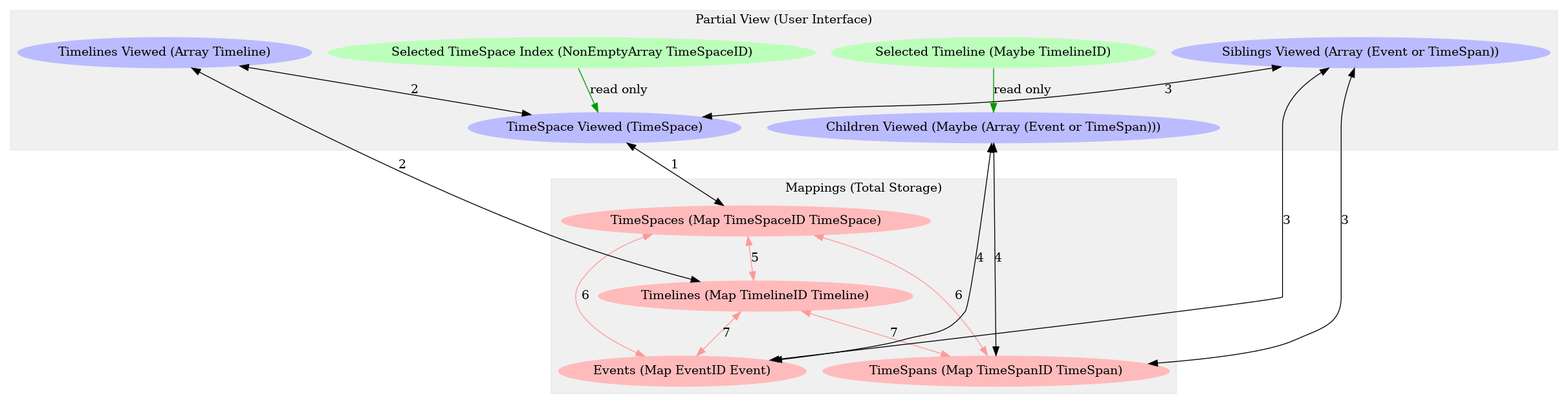
athanclark/purescript-timeline keeps this Graphviz diagram as graphs/signals.png. Above is the earlier version. Its source is kept beside it as graphs/signals.dot. Source of this version:
```dot
digraph Signals {
  size="48,32";

  subgraph cluster_0 {
    label="Mappings (Total Storage)";
    color="#0000000F";
    style="filled";
    timeSpaces[label="TimeSpaces (Map TimeSpaceID TimeSpace)",style="filled",fillcolor="#ffbbbb",penwidth="0"];
    timelines[label="Timelines (Map TimelineID Timeline)",style="filled",fillcolor="#ffbbbb",penwidth="0"];
    events[label="Events (Map EventID Event)",style="filled",fillcolor="#ffbbbb",penwidth="0"];
    timeSpans[label="TimeSpans (Map TimeSpanID TimeSpan)",style="filled",fillcolor="#ffbbbb",penwidth="0"];
  }

  subgraph cluster_1 {
    label="Partial View (User Interface)";
    color="#0000000F";
    style="filled";
    timeSpaceViewed[label="TimeSpace Viewed (TimeSpace)",style="filled",fillcolor="#bbbbff",penwidth="0"];
    timeSpaceIndex[label="Selected TimeSpace Index (NonEmptyArray TimeSpaceID)",style="filled",fillcolor="#bbffbb",penwidth="0"];
    timelinesViewed[label="Timelines Viewed (Array Timeline)",style="filled",fillcolor="#bbbbff",penwidth="0"];
    timelineSelected[label="Selected Timeline (Maybe TimelineID)",style="filled",fillcolor="#bbffbb",penwidth="0"];
    siblingsViewed[label="Siblings Viewed (Array (Event or TimeSpan))",style="filled",fillcolor="#bbbbff",penwidth="0"];
    childrenViewed[label="Children Viewed (Maybe (Array (Event or TimeSpan)))",style="filled",fillcolor="#bbbbff",penwidth="0"];
  }

  timeSpaces -> timelines [dir=both, color="#ff9999", label="5"];
  timeSpaces -> events [dir=both, color="#ff9999", label="6"];
  timeSpaces -> timeSpans [dir=both, color="#ff9999", label="6"];
  timelines -> events [dir=both, color="#ff9999", label="7"];
  timelines -> timeSpans [dir=both, color="#ff9999", label="7"];

  timeSpaceIndex -> timeSpaceViewed [color="#009900", label="read only"];
  timeSpaceViewed -> timeSpaces [dir=both, label="1"];

  timelinesViewed -> timeSpaceViewed [dir=both, label="2"];
  timelinesViewed -> timelines [dir=both, label="2"];

  siblingsViewed -> timeSpaceViewed [dir=both, label="3"];
  siblingsViewed -> events [dir=both, label="3"];
  siblingsViewed -> timeSpans [dir=both, label="3"];

  timelineSelected -> childrenViewed [color="#009900", label="read only"];
  childrenViewed -> events [dir=both, label="4"];
  childrenViewed -> timeSpans [dir=both, label="4"];
}
```
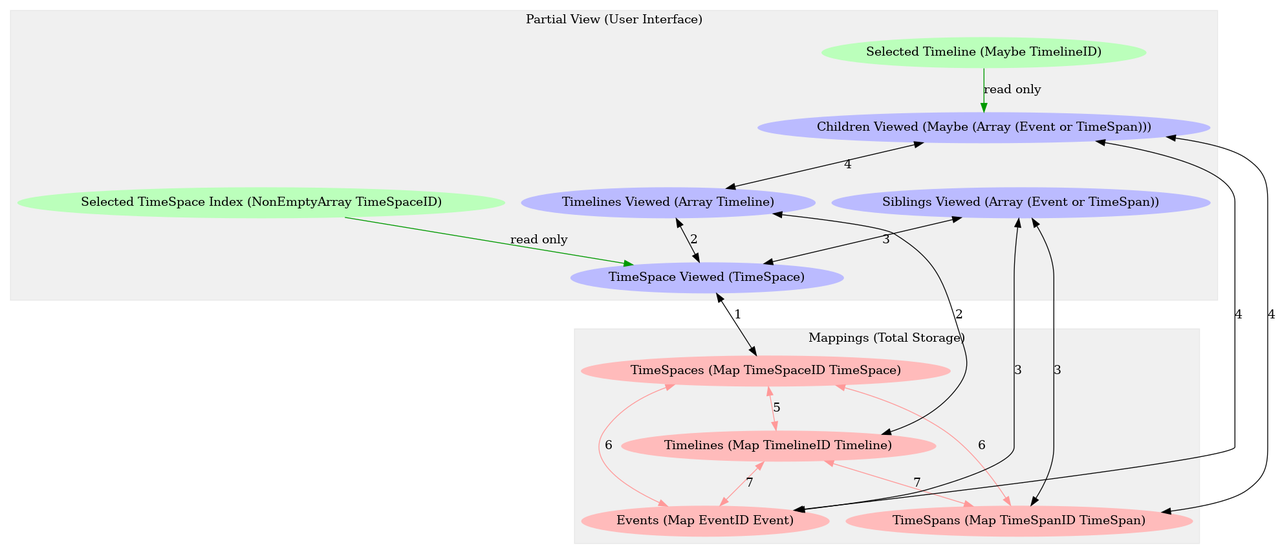
The same diagram one commit later.

Commit message:
better documentation of signals

The edit, as a diff of the source:
```diff
@@ -40,6 +40,7 @@
   siblingsViewed -> timeSpans [dir=both, label="3"];
 
   timelineSelected -> childrenViewed [color="#009900", label="read only"];
+  childrenViewed -> timelinesViewed [dir=both, label="4"];
   childrenViewed -> events [dir=both, label="4"];
   childrenViewed -> timeSpans [dir=both, label="4"];
 }
```
